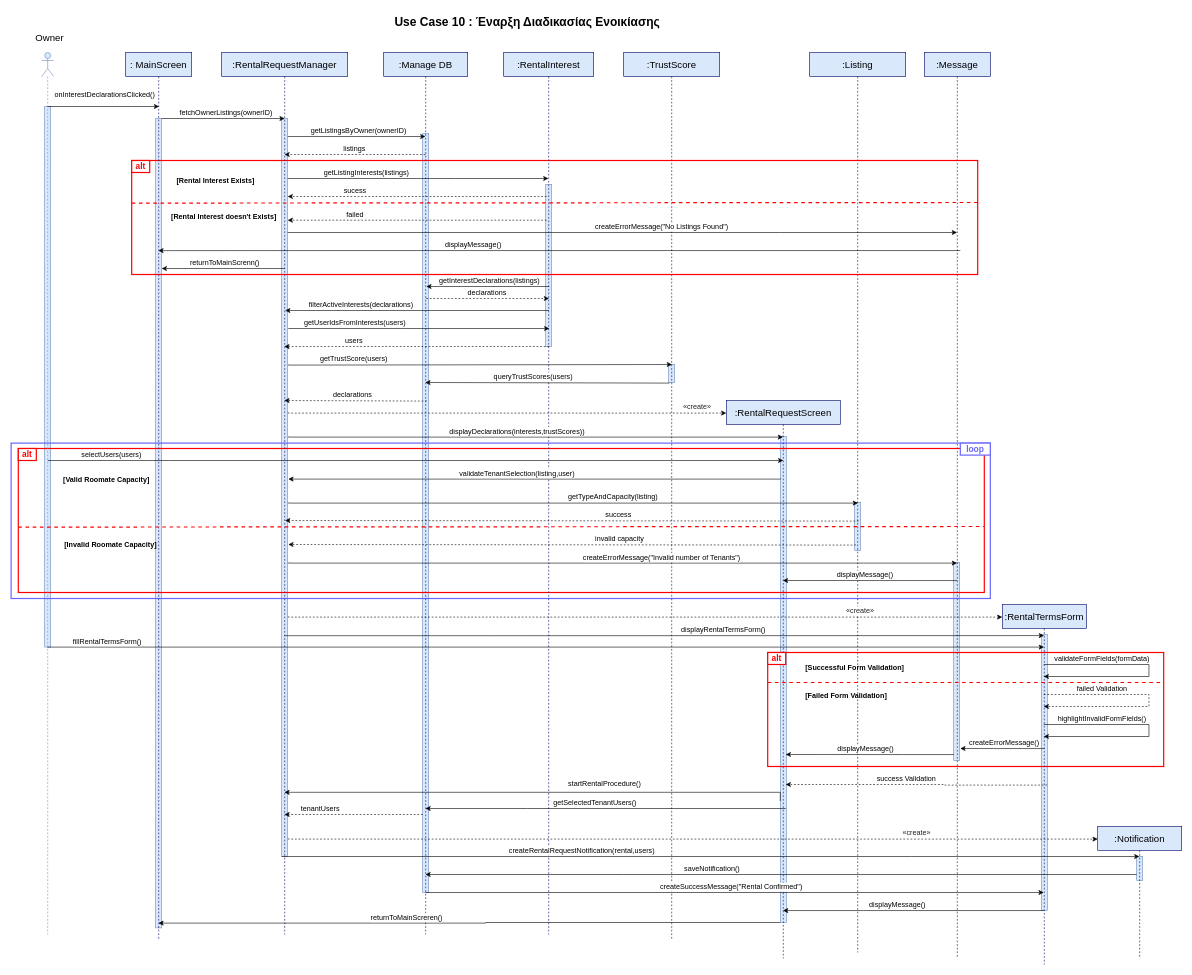
Before: page "use-case-10" (10 of 15) of FINAL DIAGRAMS/final_sequences.drawio in evelinastavropoulou/HomeLink, a draw.io diagram. Source tidied: cells renumbered, new cells numbered last; positions are measured from the earlier drawing's top-left corner, leaving out a move shared by most shapes. Both pictures are drawn from the tidied source at 60%, with x=0, y=0 at pixel (11, 10).
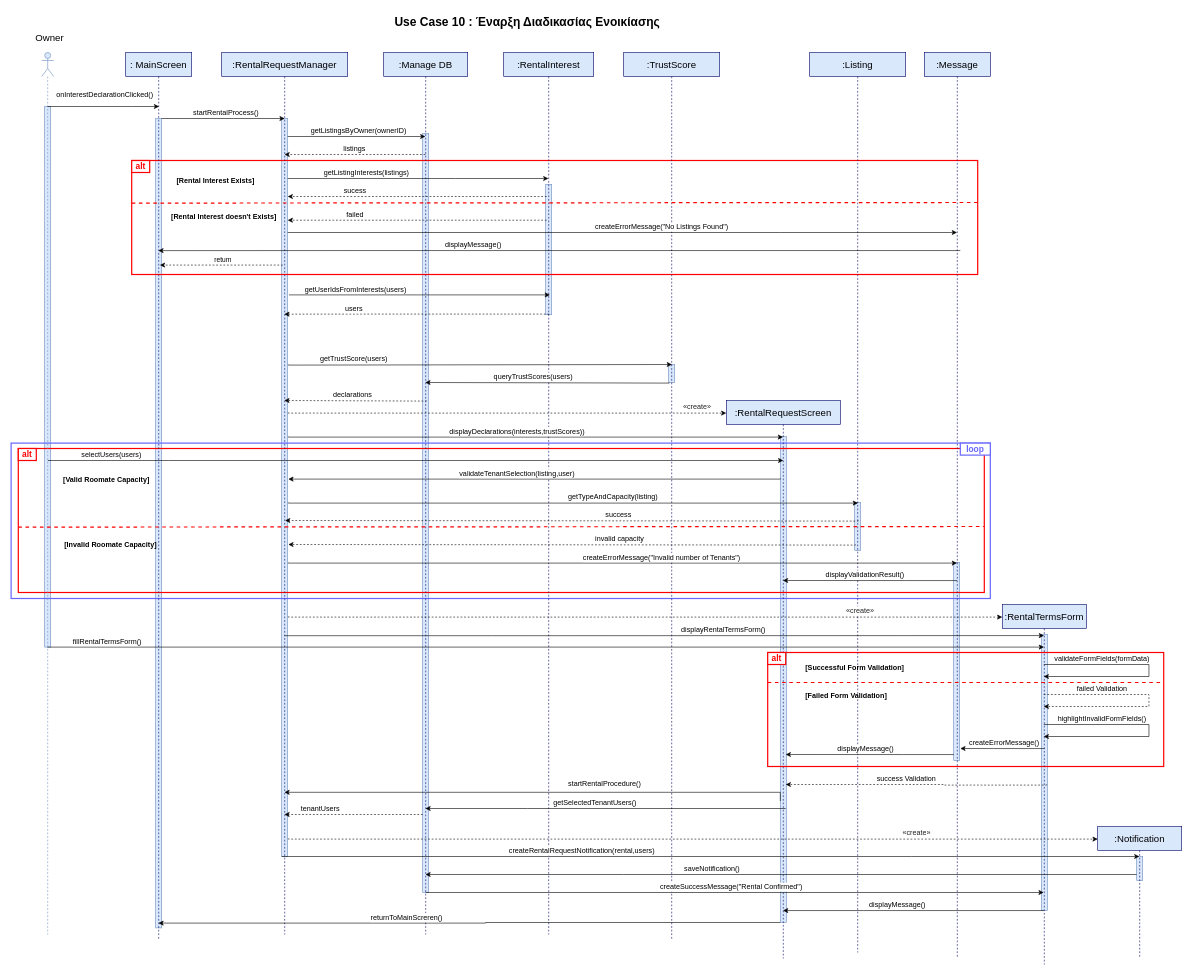
The same page after the edit.

Unchanged cells that the change refers to:
```xml
<mxCell id="29" style="edgeStyle=orthogonalEdgeStyle;rounded=0;orthogonalLoop=1;jettySize=auto;html=1;curved=0;" parent="1" edge="1">
  <mxGeometry relative="1" as="geometry">
    <mxPoint x="60.7" y="160" as="sourcePoint" />
    <mxPoint x="246.7" y="160" as="targetPoint" />
    <Array as="points">
      <mxPoint x="201" y="160" />
      <mxPoint x="201" y="160" />
    </Array>
  </mxGeometry>
</mxCell>
<mxCell id="31" style="edgeStyle=orthogonalEdgeStyle;rounded=0;orthogonalLoop=1;jettySize=auto;html=1;curved=0;" parent="1" edge="1">
  <mxGeometry relative="1" as="geometry">
    <mxPoint x="251" y="180" as="sourcePoint" />
    <mxPoint x="456" y="180" as="targetPoint" />
    <Array as="points">
      <mxPoint x="371" y="180" />
      <mxPoint x="371" y="180" />
    </Array>
  </mxGeometry>
</mxCell>
<mxCell id="71" style="edgeStyle=orthogonalEdgeStyle;rounded=0;orthogonalLoop=1;jettySize=auto;html=1;curved=0;" parent="1" edge="1">
  <mxGeometry relative="1" as="geometry">
    <mxPoint x="1576.5" y="950.1" as="sourcePoint" />
    <mxPoint x="1286.3" y="950" as="targetPoint" />
    <Array as="points">
      <mxPoint x="1491" y="950.1" />
      <mxPoint x="1491" y="950.1" />
    </Array>
  </mxGeometry>
</mxCell>
```

Diff of the diagram source:
```diff
@@
     <mxCell id="8" style="rounded=0;whiteSpace=wrap;html=1;fillColor=#dae8fc;strokeColor=#6c8ebf;" parent="1" vertex="1">
-      <mxGeometry x="891" y="290" width="10" height="270" as="geometry" />
+      <mxGeometry x="891" y="290" width="10" height="217" as="geometry" />
     </mxCell>
@@
-    <mxCell id="19" style="edgeStyle=orthogonalEdgeStyle;rounded=0;orthogonalLoop=1;jettySize=auto;html=1;curved=0;dashed=1;" parent="1" edge="1">
-      <mxGeometry relative="1" as="geometry">
-        <mxPoint x="691.7" y="480" as="sourcePoint" />
-        <mxPoint x="896.5" y="480" as="targetPoint" />
-        <Array as="points">
-          <mxPoint x="842" y="480" />
-          <mxPoint x="842" y="480" />
-        </Array>
-      </mxGeometry>
-    </mxCell>
-    <mxCell id="20" value="declarations" style="edgeLabel;html=1;align=center;verticalAlign=middle;fontSize=12;" parent="19" vertex="1">
-      <mxGeometry x="0.18" y="1" relative="1" as="geometry">
-        <mxPoint x="-20" y="-9" as="offset" />
-      </mxGeometry>
-    </mxCell>
@@
-    <mxCell id="30" value="onInterestDeclarationsClicked()" style="edgeLabel;html=1;align=center;verticalAlign=middle;fontSize=12;" parent="29" vertex="1">
+    <mxCell id="30" value="onInterestDeclarationClicked()" style="edgeLabel;html=1;align=center;verticalAlign=middle;fontSize=12;" parent="29" vertex="1">
       <mxGeometry x="-0.14" y="3" relative="1" as="geometry">
         <mxPoint x="15" y="-17" as="offset" />
       </mxGeometry>
     </mxCell>
@@
-    <mxCell id="32" value="fetchOwnerListings(ownerID)" style="edgeLabel;html=1;align=center;verticalAlign=middle;fontSize=12;" parent="31" vertex="1">
+    <mxCell id="32" value="startRentalProcess()" style="edgeLabel;html=1;align=center;verticalAlign=middle;fontSize=12;" parent="31" vertex="1">
       <mxGeometry x="-0.14" y="3" relative="1" as="geometry">
         <mxPoint x="18" y="-7" as="offset" />
       </mxGeometry>
     </mxCell>
@@
-    <mxCell id="39" style="edgeStyle=orthogonalEdgeStyle;rounded=0;orthogonalLoop=1;jettySize=auto;html=1;curved=0;" parent="1" edge="1">
-      <mxGeometry relative="1" as="geometry">
-        <mxPoint x="896.8" y="460" as="sourcePoint" />
-        <mxPoint x="692" y="460" as="targetPoint" />
-      </mxGeometry>
-    </mxCell>
-    <mxCell id="40" value="getInterestDeclarations(listings)" style="edgeLabel;html=1;align=center;verticalAlign=middle;fontSize=12;" parent="39" vertex="1">
-      <mxGeometry x="0.26" relative="1" as="geometry">
-        <mxPoint x="29" y="-10" as="offset" />
-      </mxGeometry>
-    </mxCell>
-    <mxCell id="41" style="edgeStyle=orthogonalEdgeStyle;rounded=0;orthogonalLoop=1;jettySize=auto;html=1;curved=0;" parent="1" edge="1">
-      <mxGeometry relative="1" as="geometry">
-        <mxPoint x="896.5" y="500" as="sourcePoint" />
-        <mxPoint x="456.7" y="500" as="targetPoint" />
-        <Array as="points">
-          <mxPoint x="792" y="500" />
-          <mxPoint x="792" y="500" />
-        </Array>
-      </mxGeometry>
-    </mxCell>
-    <mxCell id="42" value="filterActiveInterests(declarations)" style="edgeLabel;html=1;align=center;verticalAlign=middle;fontSize=12;" parent="41" vertex="1">
-      <mxGeometry x="0.26" relative="1" as="geometry">
-        <mxPoint x="-37" y="-10" as="offset" />
-      </mxGeometry>
-    </mxCell>
     <mxCell id="43" style="edgeStyle=orthogonalEdgeStyle;rounded=0;orthogonalLoop=1;jettySize=auto;html=1;curved=0;" parent="1" edge="1">
       <mxGeometry relative="1" as="geometry">
-        <mxPoint x="462" y="530" as="sourcePoint" />
-        <mxPoint x="897" y="530" as="targetPoint" />
+        <mxPoint x="463" y="474" as="sourcePoint" />
+        <mxPoint x="898" y="474" as="targetPoint" />
         <Array as="points">
-          <mxPoint x="652" y="530" />
-          <mxPoint x="652" y="530" />
+          <mxPoint x="653" y="474" />
+          <mxPoint x="653" y="474" />
         </Array>
       </mxGeometry>
     </mxCell>
@@
     <mxCell id="45" style="edgeStyle=orthogonalEdgeStyle;rounded=0;orthogonalLoop=1;jettySize=auto;html=1;curved=0;dashed=1;" parent="1" edge="1">
       <mxGeometry relative="1" as="geometry">
-        <mxPoint x="896.8" y="560" as="sourcePoint" />
-        <mxPoint x="455.3" y="560.1" as="targetPoint" />
+        <mxPoint x="896.8" y="506" as="sourcePoint" />
+        <mxPoint x="455.3" y="506.1" as="targetPoint" />
         <Array as="points">
-          <mxPoint x="582" y="560" />
-          <mxPoint x="582" y="560" />
+          <mxPoint x="582" y="506" />
+          <mxPoint x="582" y="506" />
         </Array>
       </mxGeometry>
     </mxCell>
@@
-    <mxCell id="72" value="displayMessage()" style="edgeLabel;html=1;align=center;verticalAlign=middle;fontSize=12;" parent="71" vertex="1">
+    <mxCell id="72" value="displayValidationResult()" style="edgeLabel;html=1;align=center;verticalAlign=middle;fontSize=12;" parent="71" vertex="1">
       <mxGeometry x="0.26" relative="1" as="geometry">
         <mxPoint x="29" y="-10" as="offset" />
       </mxGeometry>
     </mxCell>
@@
-    <mxCell id="90" style="edgeStyle=orthogonalEdgeStyle;rounded=0;orthogonalLoop=1;jettySize=auto;html=1;curved=0;" parent="1" edge="1">
+    <mxCell id="90" style="edgeStyle=orthogonalEdgeStyle;rounded=0;orthogonalLoop=1;jettySize=auto;html=1;curved=0;dashed=1;" parent="1" edge="1">
       <mxGeometry relative="1" as="geometry">
-        <mxPoint x="455.8" y="430" as="sourcePoint" />
-        <mxPoint x="251" y="430" as="targetPoint" />
+        <mxPoint x="452.8" y="424.3" as="sourcePoint" />
+        <mxPoint x="248" y="424.3" as="targetPoint" />
       </mxGeometry>
     </mxCell>
-    <mxCell id="91" value="returnToMainScrenn()" style="edgeLabel;html=1;align=center;verticalAlign=middle;fontSize=12;" parent="90" vertex="1">
-      <mxGeometry x="0.26" relative="1" as="geometry">
-        <mxPoint x="29" y="-10" as="offset" />
-      </mxGeometry>
-    </mxCell>
+    <mxCell id="133" value="return" style="edgeLabel;html=1;align=center;verticalAlign=middle;" parent="90" vertex="1">
+      <mxGeometry x="-0.02" y="1" relative="1" as="geometry">
+        <mxPoint y="-11" as="offset" />
+      </mxGeometry>
+    </mxCell>
```
